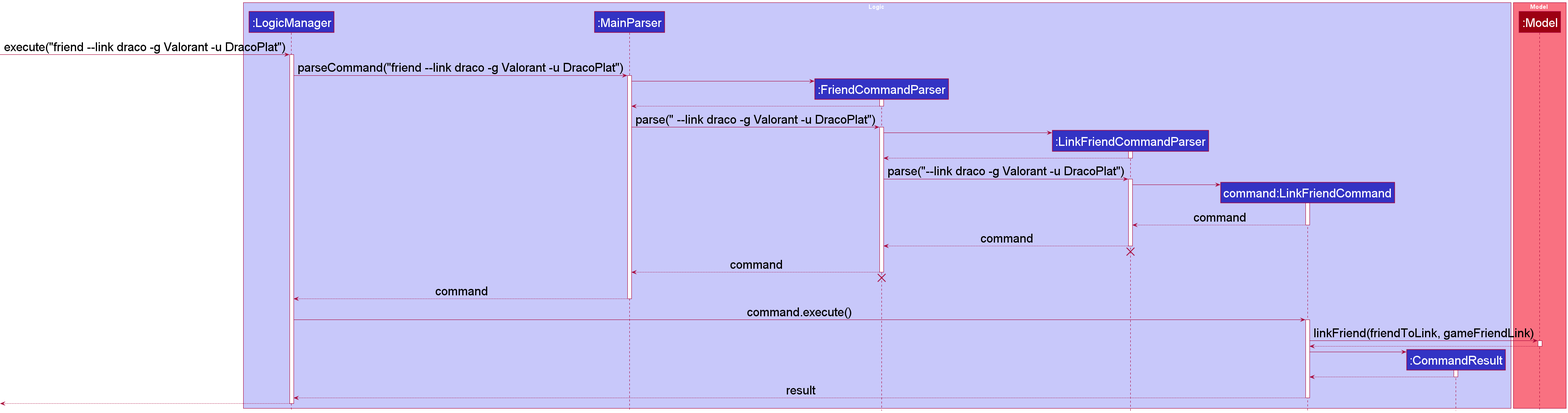
This is docs/images/LinkSequenceDiagram1.png from nus-cs2103-AY2122S1/tp, a PlantUML export, as it was before one commit. Its diagram source:
```plantuml
@startuml
!include style.puml
skinparam defaultFontSize 30

box Logic LOGIC_COLOR_T1
participant ":LogicManager" as LogicManager LOGIC_COLOR
participant ":MainParser" as MainParser LOGIC_COLOR
participant ":FriendCommandParser" as FriendCommandParser LOGIC_COLOR
participant ":LinkFriendCommandParser" as LinkFriendCommandParser LOGIC_COLOR
participant "command:LinkFriendCommand" as LinkFriendCommand LOGIC_COLOR
participant ":CommandResult" as CommandResult LOGIC_COLOR
end box

box Model MODEL_COLOR_T1
participant ":Model" as Model MODEL_COLOR
end box

[-> LogicManager : execute("friend --link draco -g Valorant -u DracoPlat")
activate LogicManager

LogicManager -> MainParser : parseCommand("friend --link draco -g Valorant -u DracoPlat")
activate MainParser

create FriendCommandParser
MainParser -> FriendCommandParser
activate FriendCommandParser

FriendCommandParser --> MainParser
deactivate FriendCommandParser

MainParser -> FriendCommandParser : parse(" --link draco -g Valorant -u DracoPlat")
activate FriendCommandParser

create LinkFriendCommandParser
FriendCommandParser -> LinkFriendCommandParser
activate LinkFriendCommandParser

LinkFriendCommandParser --> FriendCommandParser
deactivate LinkFriendCommandParser

FriendCommandParser -> LinkFriendCommandParser : parse("--link draco -g Valorant -u DracoPlat")
activate LinkFriendCommandParser

create LinkFriendCommand
LinkFriendCommandParser -> LinkFriendCommand
activate LinkFriendCommand

LinkFriendCommand --> LinkFriendCommandParser : command
deactivate LinkFriendCommand

LinkFriendCommandParser --> FriendCommandParser : command
deactivate LinkFriendCommandParser
LinkFriendCommandParser -[hidden]-> FriendCommandParser
destroy LinkFriendCommandParser

FriendCommandParser --> MainParser : command
deactivate FriendCommandParser
FriendCommandParser -[hidden]-> MainParser
destroy FriendCommandParser

MainParser --> LogicManager : command
deactivate MainParser

LogicManager -> LinkFriendCommand : command.execute()
activate LinkFriendCommand

LinkFriendCommand -> Model : linkFriend(friendToLink, gameFriendLink)
activate Model

Model --> LinkFriendCommand
deactivate Model

create CommandResult
LinkFriendCommand -> CommandResult
activate CommandResult

CommandResult --> LinkFriendCommand
deactivate CommandResult

LinkFriendCommand --> LogicManager : result
deactivate LinkFriendCommand

[<--LogicManager
deactivate LogicManager
@enduml
```
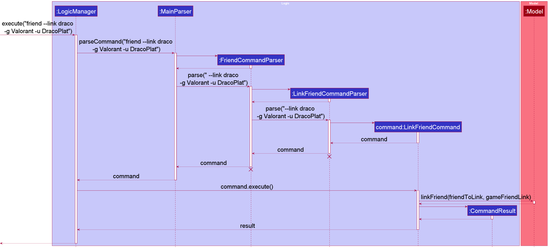
The same file after the commit.

Commit message:
Update sequence diagrams

Diff of the diagram source:
```diff
@@ -15,10 +15,10 @@
 participant ":Model" as Model MODEL_COLOR
 end box
 
-[-> LogicManager : execute("friend --link draco -g Valorant -u DracoPlat")
+[-> LogicManager : execute("friend --link draco\n -g Valorant -u DracoPlat")
 activate LogicManager
 
-LogicManager -> MainParser : parseCommand("friend --link draco -g Valorant -u DracoPlat")
+LogicManager -> MainParser : parseCommand("friend --link draco\n -g Valorant -u DracoPlat")
 activate MainParser
 
 create FriendCommandParser
@@ -28,7 +28,7 @@
 FriendCommandParser --> MainParser
 deactivate FriendCommandParser
 
-MainParser -> FriendCommandParser : parse(" --link draco -g Valorant -u DracoPlat")
+MainParser -> FriendCommandParser : parse(" --link draco\n -g Valorant -u DracoPlat")
 activate FriendCommandParser
 
 create LinkFriendCommandParser
@@ -38,7 +38,7 @@
 LinkFriendCommandParser --> FriendCommandParser
 deactivate LinkFriendCommandParser
 
-FriendCommandParser -> LinkFriendCommandParser : parse("--link draco -g Valorant -u DracoPlat")
+FriendCommandParser -> LinkFriendCommandParser : parse("--link draco\n -g Valorant -u DracoPlat")
 activate LinkFriendCommandParser
 
 create LinkFriendCommand
@@ -61,6 +61,7 @@
 MainParser --> LogicManager : command
 deactivate MainParser
 
+
 LogicManager -> LinkFriendCommand : command.execute()
 activate LinkFriendCommand
 
@@ -80,6 +81,9 @@
 LinkFriendCommand --> LogicManager : result
 deactivate LinkFriendCommand
 
+LogicManager -[hidden]-> LogicManager
+LinkFriendCommand -[hidden]-> LinkFriendCommand
+
 [<--LogicManager
 deactivate LogicManager
 @enduml
```
